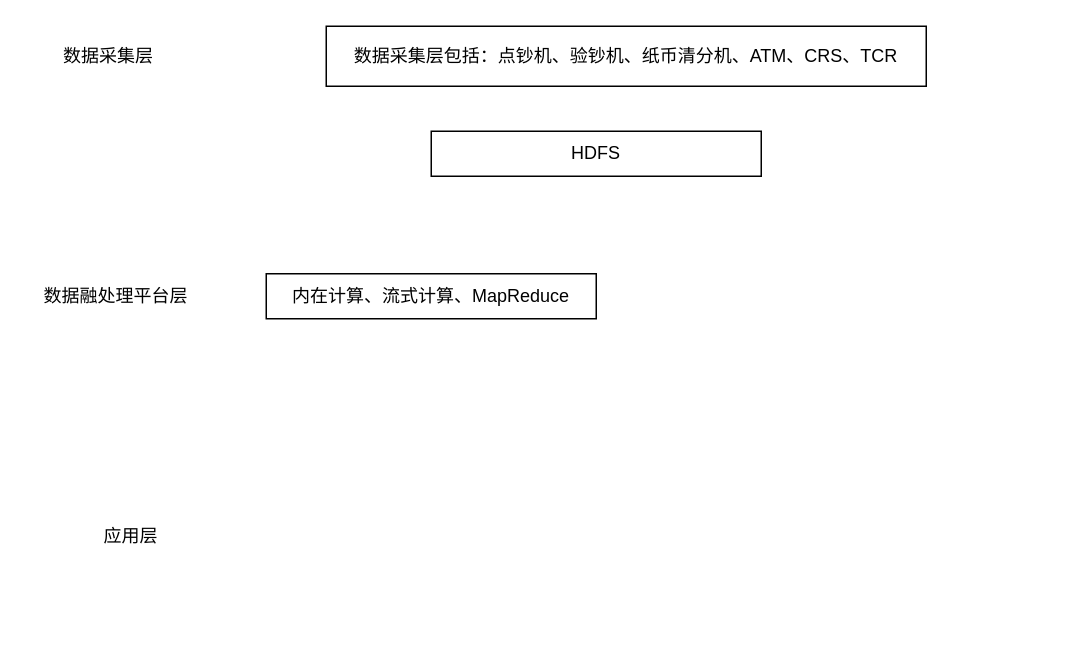
The draw.io diagram 平台架构.drawio in undinuanao/-, before the edit. Source tidied: cells renumbered, new cells numbered last; positions are measured from the earlier drawing's top-left corner, leaving out a move shared by most shapes. Both pictures are drawn from the tidied source at 150%, with x=0, y=0 at pixel (26, 26).
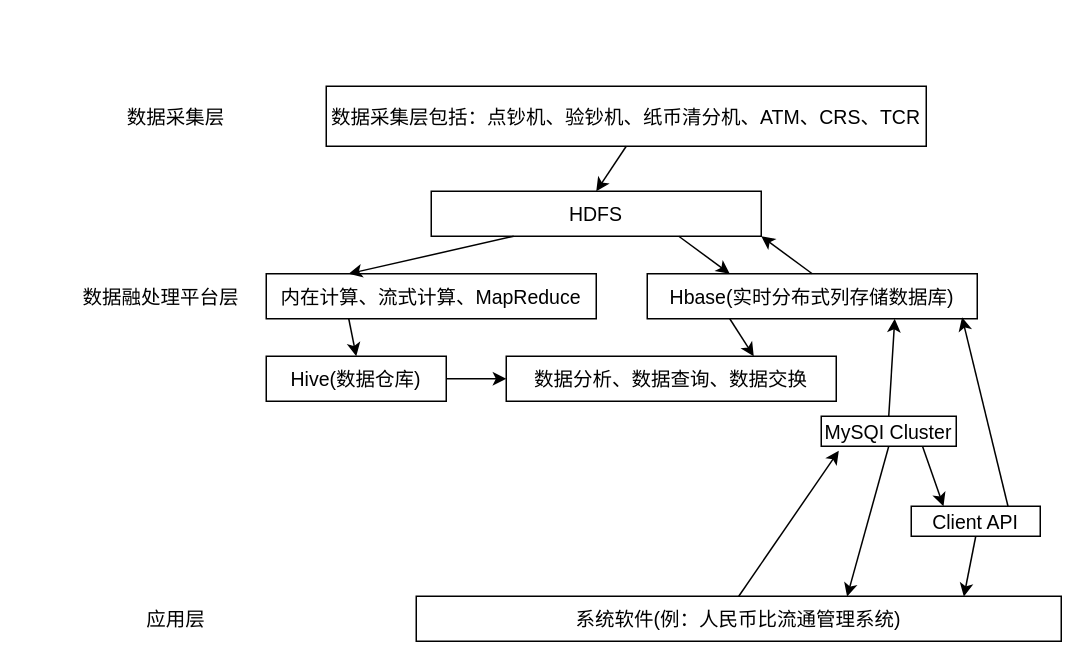
Above is the later version.

The edit, as a diff of the source:
```diff
@@
-    <mxCell id="2" value="数据采集层" style="text;html=1;strokeColor=none;fillColor=none;align=center;verticalAlign=middle;whiteSpace=wrap;rounded=0;" parent="1" vertex="1">
-      <mxGeometry x="20" y="10" width="70" height="20" as="geometry" />
+    <mxCell id="2" value="数据采集层" style="text;strokeColor=none;fillColor=none;align=center;verticalAlign=middle;rounded=0;fontSize=13;" parent="1" vertex="1">
+      <mxGeometry x="65" y="50" width="70" height="20" as="geometry" />
     </mxCell>
-    <mxCell id="3" value="数据融处理平台层" style="text;html=1;strokeColor=none;fillColor=none;align=center;verticalAlign=middle;whiteSpace=wrap;rounded=0;" parent="1" vertex="1">
-      <mxGeometry y="170" width="120" height="20" as="geometry" />
+    <mxCell id="3" value="数据融处理平台层" style="text;strokeColor=none;fillColor=none;align=center;verticalAlign=middle;rounded=0;fontSize=13;" parent="1" vertex="1">
+      <mxGeometry x="30" y="170" width="120" height="20" as="geometry" />
     </mxCell>
-    <mxCell id="4" value="应用层" style="text;html=1;strokeColor=none;fillColor=none;align=center;verticalAlign=middle;whiteSpace=wrap;rounded=0;" parent="1" vertex="1">
-      <mxGeometry x="10" y="330" width="120" height="20" as="geometry" />
+    <mxCell id="4" value="应用层" style="text;strokeColor=none;fillColor=none;align=center;verticalAlign=middle;rounded=0;fontSize=13;" parent="1" vertex="1">
+      <mxGeometry x="40" y="385" width="120" height="20" as="geometry" />
     </mxCell>
-    <mxCell id="5" value="数据采集层包括：点钞机、验钞机、纸币清分机、ATM、CRS、TCR" style="rounded=0;whiteSpace=wrap;html=1;" parent="1" vertex="1">
-      <mxGeometry x="200" width="400" height="40" as="geometry" />
+    <mxCell id="5" value="数据采集层包括：点钞机、验钞机、纸币清分机、ATM、CRS、TCR" style="rounded=0;fontSize=13;" parent="1" vertex="1">
+      <mxGeometry x="200" y="40" width="400" height="40" as="geometry" />
     </mxCell>
-    <mxCell id="6" value="HDFS" style="rounded=0;whiteSpace=wrap;html=1;" parent="1" vertex="1">
-      <mxGeometry x="270" y="70" width="220" height="30" as="geometry" />
+    <mxCell id="6" value="HDFS" style="rounded=0;fontSize=13;" parent="1" vertex="1">
+      <mxGeometry x="270" y="110" width="220" height="30" as="geometry" />
     </mxCell>
-    <mxCell id="7" value="内在计算、流式计算、MapReduce" style="rounded=0;whiteSpace=wrap;html=1;" parent="1" vertex="1">
+    <mxCell id="7" value="内在计算、流式计算、MapReduce" style="rounded=0;fontSize=13;" parent="1" vertex="1">
       <mxGeometry x="160" y="165" width="220" height="30" as="geometry" />
     </mxCell>
+    <mxCell id="8" value="Hbase(实时分布式列存储数据库)" style="rounded=0;fontSize=13;" parent="1" vertex="1">
+      <mxGeometry x="414" y="165" width="220" height="30" as="geometry" />
+    </mxCell>
+    <mxCell id="9" value="Hive(数据仓库)" style="rounded=0;fontSize=13;" parent="1" vertex="1">
+      <mxGeometry x="160" y="220" width="120" height="30" as="geometry" />
+    </mxCell>
+    <mxCell id="10" value="数据分析、数据查询、数据交换" style="rounded=0;fontSize=13;" parent="1" vertex="1">
+      <mxGeometry x="320" y="220" width="220" height="30" as="geometry" />
+    </mxCell>
+    <mxCell id="11" value="MySQI Cluster" style="rounded=0;fontSize=13;" parent="1" vertex="1">
+      <mxGeometry x="530" y="260" width="90" height="20" as="geometry" />
+    </mxCell>
+    <mxCell id="12" value="Client API" style="rounded=0;fontSize=13;" parent="1" vertex="1">
+      <mxGeometry x="590" y="320" width="86" height="20" as="geometry" />
+    </mxCell>
+    <mxCell id="13" value="系统软件(例：人民币比流通管理系统)" style="rounded=0;fontSize=13;" parent="1" vertex="1">
+      <mxGeometry x="260" y="380" width="430" height="30" as="geometry" />
+    </mxCell>
+    <mxCell id="14" style="endArrow=classic;exitX=0.5;exitY=1;exitDx=0;exitDy=0;entryX=0.5;entryY=0;entryDx=0;entryDy=0;fontSize=13;" parent="1" edge="1" source="5" target="6">
+      <mxGeometry relative="1" as="geometry" />
+    </mxCell>
+    <mxCell id="15" style="endArrow=classic;exitX=0.25;exitY=1;exitDx=0;exitDy=0;entryX=0.25;entryY=0;entryDx=0;entryDy=0;fontSize=13;" parent="1" edge="1" source="6" target="7">
+      <mxGeometry relative="1" as="geometry" />
+    </mxCell>
+    <mxCell id="16" style="endArrow=classic;exitX=0.75;exitY=1;exitDx=0;exitDy=0;entryX=0.25;entryY=0;entryDx=0;entryDy=0;fontSize=13;" parent="1" edge="1" source="6" target="8">
+      <mxGeometry relative="1" as="geometry" />
+    </mxCell>
+    <mxCell id="17" style="endArrow=classic;exitX=0.5;exitY=0;exitDx=0;exitDy=0;entryX=1;entryY=1;entryDx=0;entryDy=0;fontSize=13;" parent="1" edge="1" source="8" target="6">
+      <mxGeometry relative="1" as="geometry" />
+    </mxCell>
+    <mxCell id="18" style="endArrow=classic;exitX=0.25;exitY=1;exitDx=0;exitDy=0;entryX=0.5;entryY=0;entryDx=0;entryDy=0;fontSize=13;" parent="1" edge="1" source="7" target="9">
+      <mxGeometry relative="1" as="geometry" />
+    </mxCell>
+    <mxCell id="19" style="endArrow=classic;exitX=1;exitY=0.5;exitDx=0;exitDy=0;entryX=0;entryY=0.5;entryDx=0;entryDy=0;fontSize=13;" parent="1" edge="1" source="9" target="10">
+      <mxGeometry relative="1" as="geometry" />
+    </mxCell>
+    <mxCell id="20" style="endArrow=classic;exitX=0.25;exitY=1;exitDx=0;exitDy=0;entryX=0.75;entryY=0;entryDx=0;entryDy=0;fontSize=13;" parent="1" edge="1" source="8" target="10">
+      <mxGeometry relative="1" as="geometry" />
+    </mxCell>
+    <mxCell id="21" style="endArrow=classic;entryX=0.75;entryY=1;entryDx=0;entryDy=0;exitX=0.5;exitY=0;exitDx=0;exitDy=0;fontSize=13;" parent="1" edge="1" source="11" target="8">
+      <mxGeometry relative="1" as="geometry" />
+    </mxCell>
+    <mxCell id="22" style="endArrow=classic;entryX=0.954;entryY=0.968;entryDx=0;entryDy=0;entryPerimeter=0;exitX=0.75;exitY=0;exitDx=0;exitDy=0;fontSize=13;" parent="1" edge="1" source="12" target="8">
+      <mxGeometry relative="1" as="geometry" />
+    </mxCell>
+    <mxCell id="23" style="endArrow=classic;exitX=0.75;exitY=1;exitDx=0;exitDy=0;entryX=0.25;entryY=0;entryDx=0;entryDy=0;fontSize=13;" parent="1" edge="1" source="11" target="12">
+      <mxGeometry relative="1" as="geometry" />
+    </mxCell>
+    <mxCell id="24" style="endArrow=classic;exitX=0.5;exitY=1;exitDx=0;exitDy=0;entryX=0.849;entryY=0.008;entryDx=0;entryDy=0;entryPerimeter=0;fontSize=13;" parent="1" edge="1" source="12" target="13">
+      <mxGeometry relative="1" as="geometry" />
+    </mxCell>
+    <mxCell id="25" style="endArrow=classic;exitX=0.5;exitY=1;exitDx=0;exitDy=0;entryX=0.668;entryY=0.008;entryDx=0;entryDy=0;entryPerimeter=0;fontSize=13;" parent="1" edge="1" source="11" target="13">
+      <mxGeometry relative="1" as="geometry" />
+    </mxCell>
+    <mxCell id="26" style="endArrow=classic;exitX=0.5;exitY=0;exitDx=0;exitDy=0;entryX=0.13;entryY=1.15;entryDx=0;entryDy=0;entryPerimeter=0;fontSize=13;" parent="1" edge="1" source="13" target="11">
+      <mxGeometry relative="1" as="geometry" />
+    </mxCell>
```
